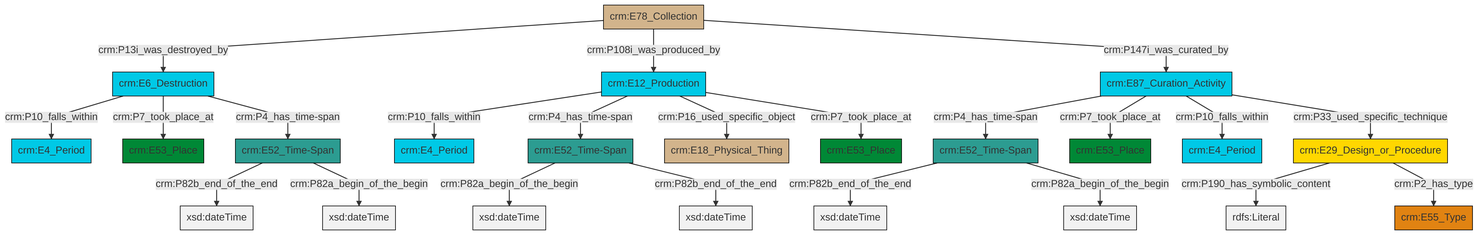
The Mermaid diagram et/archivalCSV/ttl/mmd/png/archival_existence.png in swiss-art-research-net/docs.swissartresearch, before a commit. Its source is kept beside it as et/archivalCSV/ttl/mmd/archival_existence.ttl.mmd.
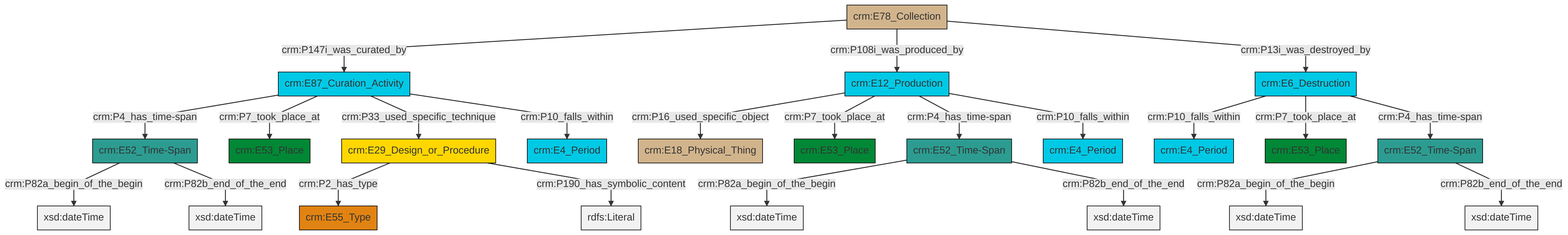
After the commit.

The edit, as a diff of the source:
```diff
@@ -13,25 +13,25 @@
 classDef PC_Classes fill:#4ce600, stroke:#000000;
 classDef Multi fill:#cccccc,stroke:#000000;
 
-2["crm:E52_Time-Span"]:::Time-Span -->|crm:P82b_end_of_the_end| 3[xsd:dateTime]:::Literal
-2["crm:E52_Time-Span"]:::Time-Span -->|crm:P82a_begin_of_the_begin| 8[xsd:dateTime]:::Literal
-11["crm:E87_Curation_Activity"]:::Temporal_Entity -->|crm:P4_has_time-span| 2["crm:E52_Time-Span"]:::Time-Span
-12["crm:E29_Design_or_Procedure"]:::Conceptual_Object -->|crm:P190_has_symbolic_content| 13[rdfs:Literal]:::Literal
-11["crm:E87_Curation_Activity"]:::Temporal_Entity -->|crm:P7_took_place_at| 14["crm:E53_Place"]:::Place
-15["crm:E12_Production"]:::Temporal_Entity -->|crm:P10_falls_within| 16["crm:E4_Period"]:::Temporal_Entity
-17["crm:E78_Collection"]:::Physical_Thing -->|crm:P13i_was_destroyed_by| 0["crm:E6_Destruction"]:::Temporal_Entity
-15["crm:E12_Production"]:::Temporal_Entity -->|crm:P4_has_time-span| 19["crm:E52_Time-Span"]:::Time-Span
-17["crm:E78_Collection"]:::Physical_Thing -->|crm:P108i_was_produced_by| 15["crm:E12_Production"]:::Temporal_Entity
-15["crm:E12_Production"]:::Temporal_Entity -->|crm:P16_used_specific_object| 21["crm:E18_Physical_Thing"]:::Physical_Thing
-0["crm:E6_Destruction"]:::Temporal_Entity -->|crm:P10_falls_within| 24["crm:E4_Period"]:::Temporal_Entity
-17["crm:E78_Collection"]:::Physical_Thing -->|crm:P147i_was_curated_by| 11["crm:E87_Curation_Activity"]:::Temporal_Entity
-11["crm:E87_Curation_Activity"]:::Temporal_Entity -->|crm:P10_falls_within| 6["crm:E4_Period"]:::Temporal_Entity
-19["crm:E52_Time-Span"]:::Time-Span -->|crm:P82a_begin_of_the_begin| 30[xsd:dateTime]:::Literal
-12["crm:E29_Design_or_Procedure"]:::Conceptual_Object -->|crm:P2_has_type| 31["crm:E55_Type"]:::Type
-19["crm:E52_Time-Span"]:::Time-Span -->|crm:P82b_end_of_the_end| 34[xsd:dateTime]:::Literal
-11["crm:E87_Curation_Activity"]:::Temporal_Entity -->|crm:P33_used_specific_technique| 12["crm:E29_Design_or_Procedure"]:::Conceptual_Object
-15["crm:E12_Production"]:::Temporal_Entity -->|crm:P7_took_place_at| 4["crm:E53_Place"]:::Place
-0["crm:E6_Destruction"]:::Temporal_Entity -->|crm:P7_took_place_at| 9["crm:E53_Place"]:::Place
-26["crm:E52_Time-Span"]:::Time-Span -->|crm:P82b_end_of_the_end| 37[xsd:dateTime]:::Literal
-0["crm:E6_Destruction"]:::Temporal_Entity -->|crm:P4_has_time-span| 26["crm:E52_Time-Span"]:::Time-Span
-26["crm:E52_Time-Span"]:::Time-Span -->|crm:P82a_begin_of_the_begin| 38[xsd:dateTime]:::Literal
+0["crm:E12_Production"]:::Temporal_Entity -->|crm:P16_used_specific_object| 1["crm:E18_Physical_Thing"]:::Physical_Thing
+2["crm:E87_Curation_Activity"]:::Temporal_Entity -->|crm:P4_has_time-span| 3["crm:E52_Time-Span"]:::Time-Span
+0["crm:E12_Production"]:::Temporal_Entity -->|crm:P7_took_place_at| 4["crm:E53_Place"]:::Place
+7["crm:E78_Collection"]:::Physical_Thing -->|crm:P147i_was_curated_by| 2["crm:E87_Curation_Activity"]:::Temporal_Entity
+0["crm:E12_Production"]:::Temporal_Entity -->|crm:P4_has_time-span| 9["crm:E52_Time-Span"]:::Time-Span
+7["crm:E78_Collection"]:::Physical_Thing -->|crm:P108i_was_produced_by| 0["crm:E12_Production"]:::Temporal_Entity
+0["crm:E12_Production"]:::Temporal_Entity -->|crm:P10_falls_within| 12["crm:E4_Period"]:::Temporal_Entity
+13["crm:E6_Destruction"]:::Temporal_Entity -->|crm:P10_falls_within| 10["crm:E4_Period"]:::Temporal_Entity
+2["crm:E87_Curation_Activity"]:::Temporal_Entity -->|crm:P7_took_place_at| 14["crm:E53_Place"]:::Place
+9["crm:E52_Time-Span"]:::Time-Span -->|crm:P82a_begin_of_the_begin| 16[xsd:dateTime]:::Literal
+3["crm:E52_Time-Span"]:::Time-Span -->|crm:P82a_begin_of_the_begin| 17[xsd:dateTime]:::Literal
+3["crm:E52_Time-Span"]:::Time-Span -->|crm:P82b_end_of_the_end| 18[xsd:dateTime]:::Literal
+13["crm:E6_Destruction"]:::Temporal_Entity -->|crm:P7_took_place_at| 19["crm:E53_Place"]:::Place
+13["crm:E6_Destruction"]:::Temporal_Entity -->|crm:P4_has_time-span| 5["crm:E52_Time-Span"]:::Time-Span
+2["crm:E87_Curation_Activity"]:::Temporal_Entity -->|crm:P33_used_specific_technique| 21["crm:E29_Design_or_Procedure"]:::Conceptual_Object
+21["crm:E29_Design_or_Procedure"]:::Conceptual_Object -->|crm:P2_has_type| 23["crm:E55_Type"]:::Type
+21["crm:E29_Design_or_Procedure"]:::Conceptual_Object -->|crm:P190_has_symbolic_content| 24[rdfs:Literal]:::Literal
+2["crm:E87_Curation_Activity"]:::Temporal_Entity -->|crm:P10_falls_within| 27["crm:E4_Period"]:::Temporal_Entity
+7["crm:E78_Collection"]:::Physical_Thing -->|crm:P13i_was_destroyed_by| 13["crm:E6_Destruction"]:::Temporal_Entity
+5["crm:E52_Time-Span"]:::Time-Span -->|crm:P82a_begin_of_the_begin| 34[xsd:dateTime]:::Literal
+5["crm:E52_Time-Span"]:::Time-Span -->|crm:P82b_end_of_the_end| 35[xsd:dateTime]:::Literal
+9["crm:E52_Time-Span"]:::Time-Span -->|crm:P82b_end_of_the_end| 36[xsd:dateTime]:::Literal
```
